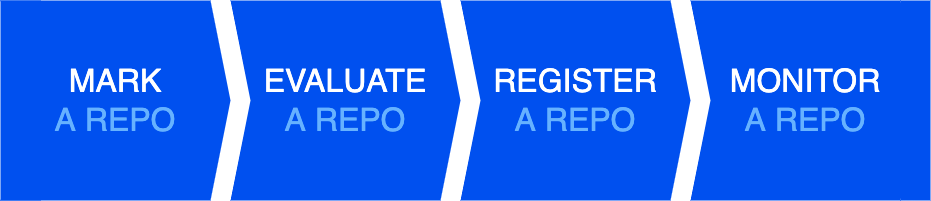
Above: docs/images/process.png in github-innersource/innersource-slides (draw.io), before the change. Source tidied: cells renumbered, new cells last; positions are measured from the earlier drawing's top-left corner, leaving out a move shared by most shapes.
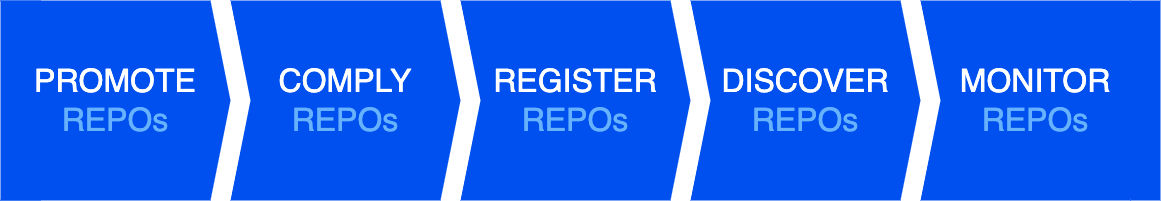
The same file after the commit.

What changed in the source:
```diff
@@ -2,23 +2,26 @@
   <root>
     <mxCell id="0" />
     <mxCell id="1" parent="0" />
+    <mxCell id="6" style="rounded=0;whiteSpace=wrap;html=1;fontSize=32;strokeWidth=1;fillColor=#0050ef;fontColor=#ffffff;strokeColor=none;" parent="1" vertex="1">
+      <mxGeometry width="40" height="200" as="geometry" />
+    </mxCell>
-    <mxCell id="2" value="MARK&lt;br style=&quot;font-size: 32px&quot;&gt;&lt;font color=&quot;#66b2ff&quot;&gt;A REPO&lt;/font&gt;" style="shape=step;perimeter=stepPerimeter;whiteSpace=wrap;html=1;fixedSize=1;fontSize=32;strokeWidth=1;fillColor=#0050ef;fontColor=#ffffff;strokeColor=none;" parent="1" vertex="1">
+    <mxCell id="2" value="PROMOTE&lt;br style=&quot;font-size: 32px&quot;&gt;&lt;font color=&quot;#66b2ff&quot;&gt;REPOs&lt;/font&gt;" style="shape=step;perimeter=stepPerimeter;whiteSpace=wrap;html=1;fixedSize=1;fontSize=32;strokeWidth=1;fillColor=#0050ef;fontColor=#ffffff;strokeColor=none;" parent="1" vertex="1">
       <mxGeometry width="230" height="200" as="geometry" />
     </mxCell>
-    <mxCell id="3" value="EVALUATE&lt;br style=&quot;font-size: 32px&quot;&gt;&lt;font color=&quot;#66b2ff&quot;&gt;A REPO&lt;/font&gt;" style="shape=step;perimeter=stepPerimeter;whiteSpace=wrap;html=1;fixedSize=1;fontSize=32;strokeWidth=1;fillColor=#0050ef;fontColor=#ffffff;strokeColor=none;" parent="1" vertex="1">
+    <mxCell id="3" value="COMPLY&lt;br style=&quot;font-size: 32px&quot;&gt;&lt;font color=&quot;#66b2ff&quot;&gt;REPOs&lt;/font&gt;" style="shape=step;perimeter=stepPerimeter;whiteSpace=wrap;html=1;fixedSize=1;fontSize=32;strokeWidth=1;fillColor=#0050ef;fontColor=#ffffff;strokeColor=none;" parent="1" vertex="1">
       <mxGeometry x="230" width="230" height="200" as="geometry" />
     </mxCell>
-    <mxCell id="4" value="REGISTER&lt;br style=&quot;font-size: 32px&quot;&gt;&lt;font color=&quot;#66b2ff&quot;&gt;A REPO&lt;/font&gt;" style="shape=step;perimeter=stepPerimeter;whiteSpace=wrap;html=1;fixedSize=1;fontSize=32;strokeWidth=1;fillColor=#0050ef;fontColor=#ffffff;strokeColor=none;" parent="1" vertex="1">
+    <mxCell id="4" value="REGISTER&lt;br style=&quot;font-size: 32px&quot;&gt;&lt;font color=&quot;#66b2ff&quot;&gt;REPOs&lt;/font&gt;" style="shape=step;perimeter=stepPerimeter;whiteSpace=wrap;html=1;fixedSize=1;fontSize=32;strokeWidth=1;fillColor=#0050ef;fontColor=#ffffff;strokeColor=none;" parent="1" vertex="1">
       <mxGeometry x="460" width="230" height="200" as="geometry" />
     </mxCell>
-    <mxCell id="5" value="MONITOR&lt;br style=&quot;font-size: 32px&quot;&gt;&lt;font color=&quot;#66b2ff&quot;&gt;A REPO&lt;/font&gt;" style="shape=step;perimeter=stepPerimeter;whiteSpace=wrap;html=1;fixedSize=1;fontSize=32;strokeWidth=1;fillColor=#0050ef;fontColor=#ffffff;strokeColor=none;" parent="1" vertex="1">
-      <mxGeometry x="690" width="230" height="200" as="geometry" />
+    <mxCell id="5" value="MONITOR&lt;br style=&quot;font-size: 32px&quot;&gt;&lt;font color=&quot;#66b2ff&quot;&gt;REPOs&lt;/font&gt;" style="shape=step;perimeter=stepPerimeter;whiteSpace=wrap;html=1;fixedSize=1;fontSize=32;strokeWidth=1;fillColor=#0050ef;fontColor=#ffffff;strokeColor=none;" parent="1" vertex="1">
+      <mxGeometry x="920" width="230" height="200" as="geometry" />
     </mxCell>
-    <mxCell id="6" style="rounded=0;whiteSpace=wrap;html=1;fontSize=32;strokeWidth=1;fillColor=#0050ef;fontColor=#ffffff;strokeColor=none;" parent="1" vertex="1">
-      <mxGeometry width="40" height="200" as="geometry" />
-    </mxCell>
     <mxCell id="7" style="rounded=0;whiteSpace=wrap;html=1;fontSize=32;strokeWidth=1;fillColor=#0050ef;fontColor=#ffffff;strokeColor=none;" parent="1" vertex="1">
-      <mxGeometry x="900" width="30" height="200" as="geometry" />
+      <mxGeometry x="1130" width="30" height="200" as="geometry" />
     </mxCell>
+    <mxCell id="8" value="DISCOVER&lt;br style=&quot;font-size: 32px&quot;&gt;&lt;font color=&quot;#66b2ff&quot;&gt;REPOs&lt;/font&gt;" style="shape=step;perimeter=stepPerimeter;whiteSpace=wrap;html=1;fixedSize=1;fontSize=32;strokeWidth=1;fillColor=#0050ef;fontColor=#ffffff;strokeColor=none;" parent="1" vertex="1">
+      <mxGeometry x="690" width="230" height="200" as="geometry" />
+    </mxCell>
   </root>
 </mxGraphModel>
```
